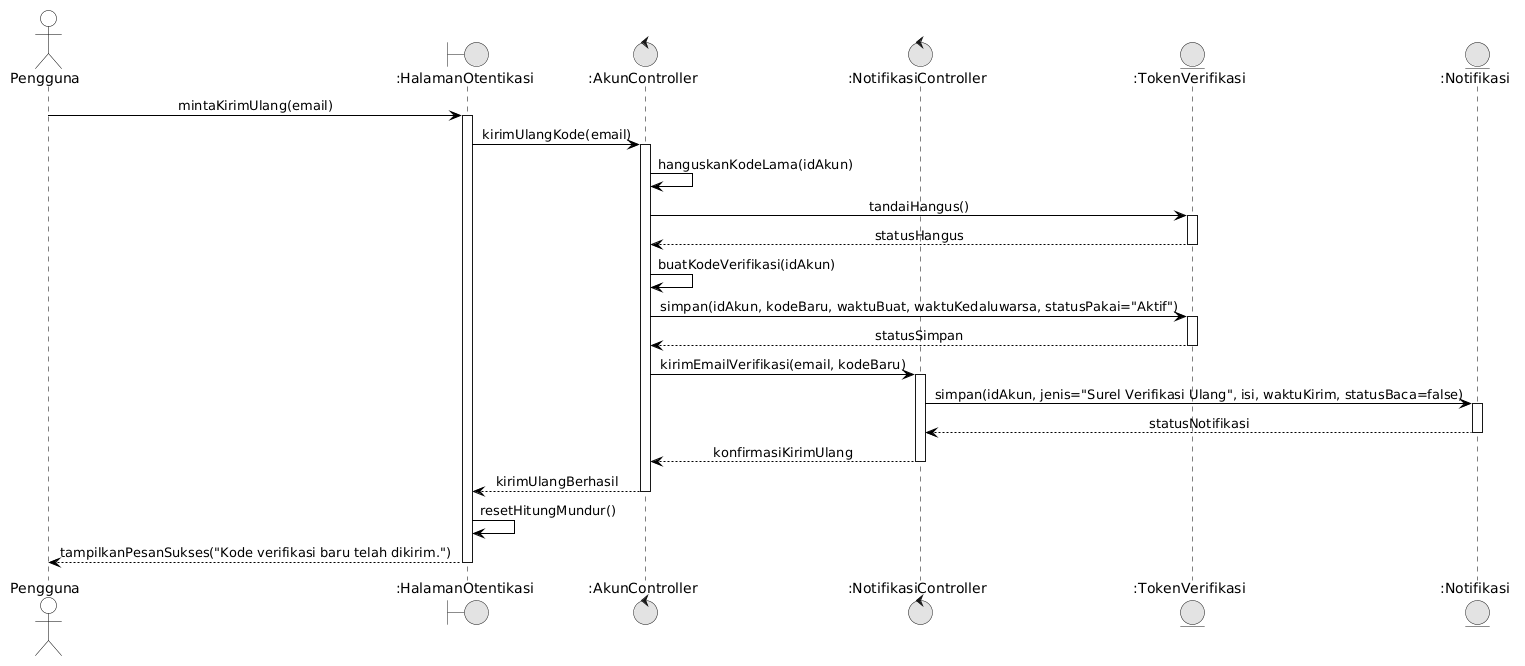
Above: docs/M7/assets/diagram/Sequence_UC02_Alt2.png in ghaniyul/IF2150-RPL-K01-G02 (PlantUML), before the change. Its diagram source:
```plantuml
@startuml
skinparam monochrome true
skinparam shadowing false
skinparam defaultFontName Arial
skinparam sequenceMessageAlign center
skinparam backgroundColor #FFFFFF

skinparam participant {
    BackgroundColor #FFFFFF
    BorderColor #000000
}
skinparam actor {
    BackgroundColor #FFFFFF
    BorderColor #000000
}
skinparam sequence {
    LifeLineBackgroundColor #FFFFFF
    LifeLineBorderColor #000000
    ArrowColor #000000
    ActorBorderColor #000000
    ActorBackgroundColor #FFFFFF
    GroupBorderColor #000000
    GroupBackgroundColor #FFFFFF
}

actor "Pengguna" as User
boundary ":HalamanOtentikasi" as UI
control ":AkunController" as Ctrl
control ":NotifikasiController" as NotifCtrl
entity ":TokenVerifikasi" as Token
entity ":Notifikasi" as Notif

User -> UI: mintaKirimUlang(email)
activate UI
UI -> Ctrl: kirimUlangKode(email)
activate Ctrl
Ctrl -> Ctrl: hanguskanKodeLama(idAkun)
Ctrl -> Token: tandaiHangus()
activate Token
Token --> Ctrl: statusHangus
deactivate Token

Ctrl -> Ctrl: buatKodeVerifikasi(idAkun)
Ctrl -> Token: simpan(idAkun, kodeBaru, waktuBuat, waktuKedaluwarsa, statusPakai="Aktif")
activate Token
Token --> Ctrl: statusSimpan
deactivate Token

Ctrl -> NotifCtrl: kirimEmailVerifikasi(email, kodeBaru)
activate NotifCtrl
NotifCtrl -> Notif: simpan(idAkun, jenis="Surel Verifikasi Ulang", isi, waktuKirim, statusBaca=false)
activate Notif
Notif --> NotifCtrl: statusNotifikasi
deactivate Notif
NotifCtrl --> Ctrl: konfirmasiKirimUlang
deactivate NotifCtrl

Ctrl --> UI: kirimUlangBerhasil
deactivate Ctrl
UI -> UI: resetHitungMundur()
UI --> User: tampilkanPesanSukses("Kode verifikasi baru telah dikirim.")
deactivate UI
@enduml
```
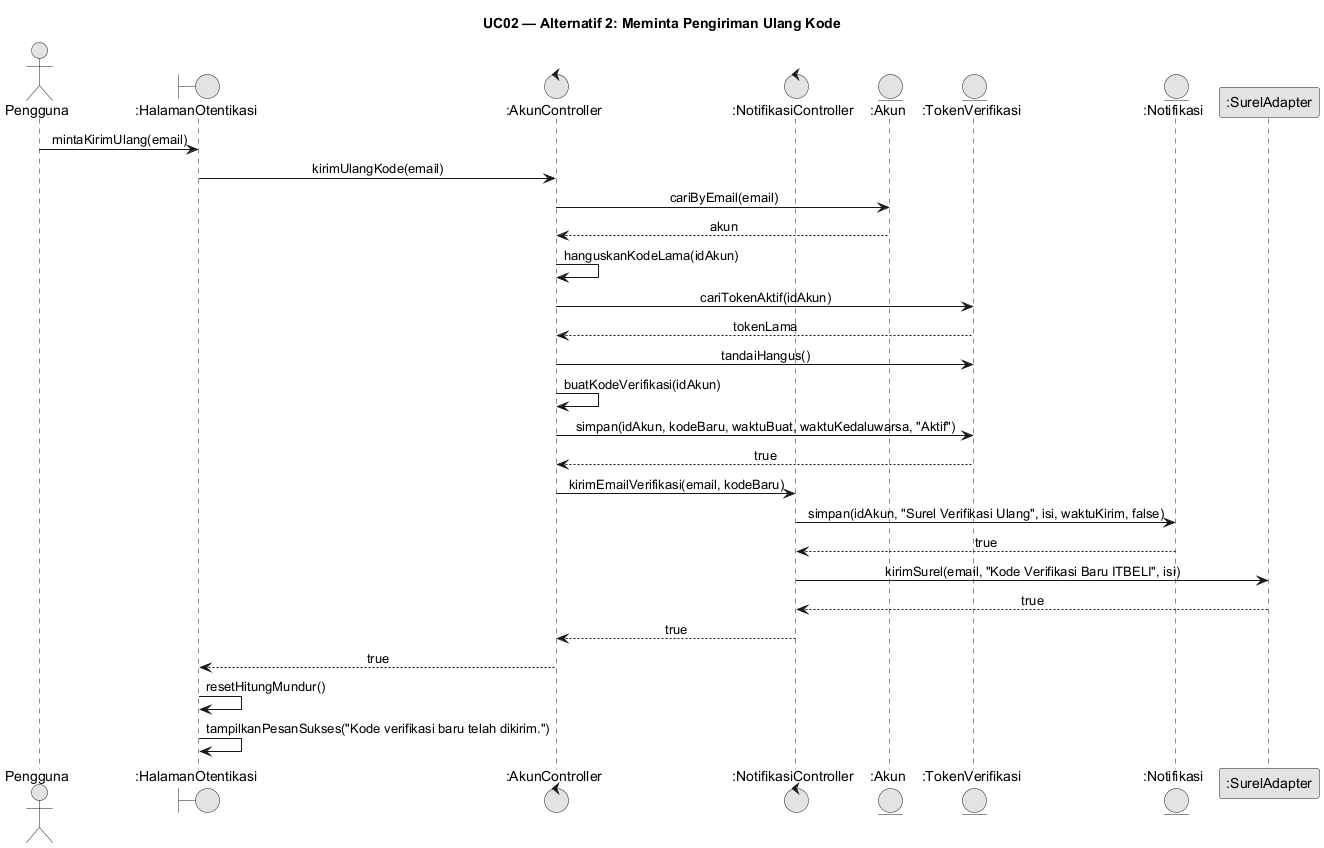
Above is the later version.

The edit, as a diff of the source:
```diff
@@ -4,60 +4,34 @@
 skinparam defaultFontName Arial
 skinparam sequenceMessageAlign center
 skinparam backgroundColor #FFFFFF
-
-skinparam participant {
-    BackgroundColor #FFFFFF
-    BorderColor #000000
-}
-skinparam actor {
-    BackgroundColor #FFFFFF
-    BorderColor #000000
-}
-skinparam sequence {
-    LifeLineBackgroundColor #FFFFFF
-    LifeLineBorderColor #000000
-    ArrowColor #000000
-    ActorBorderColor #000000
-    ActorBackgroundColor #FFFFFF
-    GroupBorderColor #000000
-    GroupBackgroundColor #FFFFFF
-}
-
+skinparam responseMessageBelowArrow true
+title UC02 — Alternatif 2: Meminta Pengiriman Ulang Kode
 actor "Pengguna" as User
-boundary ":HalamanOtentikasi" as UI
-control ":AkunController" as Ctrl
-control ":NotifikasiController" as NotifCtrl
-entity ":TokenVerifikasi" as Token
+boundary ":HalamanOtentikasi" as UIo
+control ":AkunController" as AC
+control ":NotifikasiController" as NC
+entity ":Akun" as Akun
+entity ":TokenVerifikasi" as Tok
 entity ":Notifikasi" as Notif
-
-User -> UI: mintaKirimUlang(email)
-activate UI
-UI -> Ctrl: kirimUlangKode(email)
-activate Ctrl
-Ctrl -> Ctrl: hanguskanKodeLama(idAkun)
-Ctrl -> Token: tandaiHangus()
-activate Token
-Token --> Ctrl: statusHangus
-deactivate Token
-
-Ctrl -> Ctrl: buatKodeVerifikasi(idAkun)
-Ctrl -> Token: simpan(idAkun, kodeBaru, waktuBuat, waktuKedaluwarsa, statusPakai="Aktif")
-activate Token
-Token --> Ctrl: statusSimpan
-deactivate Token
-
-Ctrl -> NotifCtrl: kirimEmailVerifikasi(email, kodeBaru)
-activate NotifCtrl
-NotifCtrl -> Notif: simpan(idAkun, jenis="Surel Verifikasi Ulang", isi, waktuKirim, statusBaca=false)
-activate Notif
-Notif --> NotifCtrl: statusNotifikasi
-deactivate Notif
-NotifCtrl --> Ctrl: konfirmasiKirimUlang
-deactivate NotifCtrl
-
-Ctrl --> UI: kirimUlangBerhasil
-deactivate Ctrl
-UI -> UI: resetHitungMundur()
-UI --> User: tampilkanPesanSukses("Kode verifikasi baru telah dikirim.")
-deactivate UI
+participant ":SurelAdapter" as Surel
+User -> UIo: mintaKirimUlang(email)
+UIo -> AC: kirimUlangKode(email)
+AC -> Akun: cariByEmail(email)
+Akun --> AC: akun
+AC -> AC: hanguskanKodeLama(idAkun)
+AC -> Tok: cariTokenAktif(idAkun)
+Tok --> AC: tokenLama
+AC -> Tok: tandaiHangus()
+AC -> AC: buatKodeVerifikasi(idAkun)
+AC -> Tok: simpan(idAkun, kodeBaru, waktuBuat, waktuKedaluwarsa, "Aktif")
+Tok --> AC: true
+AC -> NC: kirimEmailVerifikasi(email, kodeBaru)
+NC -> Notif: simpan(idAkun, "Surel Verifikasi Ulang", isi, waktuKirim, false)
+Notif --> NC: true
+NC -> Surel: kirimSurel(email, "Kode Verifikasi Baru ITBELI", isi)
+Surel --> NC: true
+NC --> AC: true
+AC --> UIo: true
+UIo -> UIo: resetHitungMundur()
+UIo -> UIo: tampilkanPesanSukses("Kode verifikasi baru telah dikirim.")
 @enduml
```
